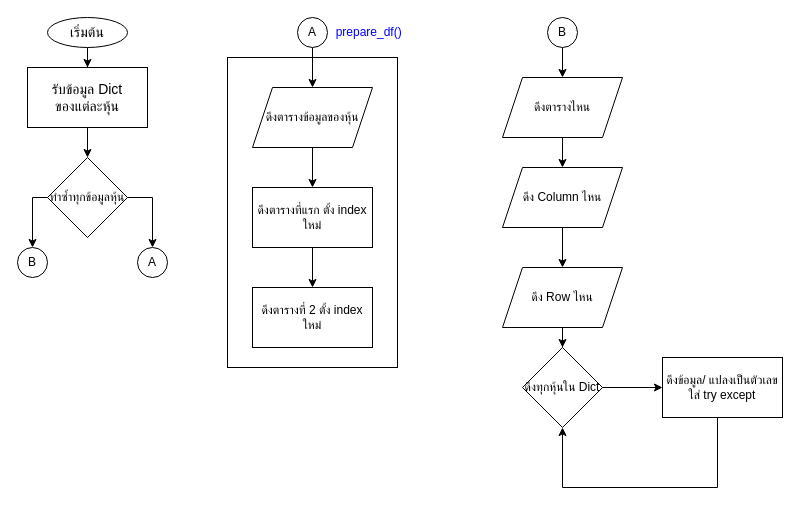
PrasertLoprasert/ThaiStock keeps this draw.io diagram as Untitled Diagram.drawio. Above is the earlier version. Source tidied: cells renumbered, new cells numbered last; positions are measured from the earlier drawing's top-left corner, leaving out a move shared by most shapes. Both pictures are drawn from the tidied source at 100%, with x=0, y=0 at pixel (17, 17).
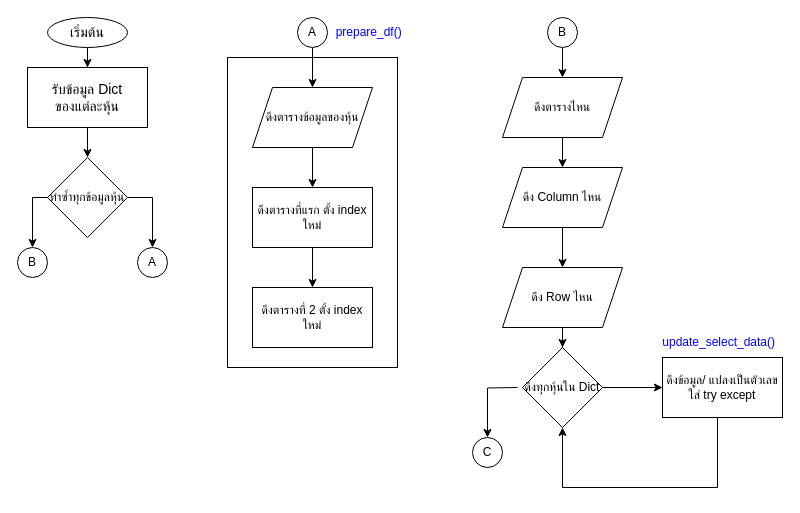
After the change.

Change to the diagram source:
```diff
@@
+    <mxCell id="32" value="C" style="ellipse;whiteSpace=wrap;html=1;" parent="1" vertex="1">
+      <mxGeometry x="455" y="420" width="30" height="30" as="geometry" />
+    </mxCell>
+    <mxCell id="33" style="edgeStyle=orthogonalEdgeStyle;rounded=0;jettySize=auto;html=1;entryX=0.5;entryY=0;entryDx=0;entryDy=0;" parent="1" edge="1" target="32">
+      <mxGeometry relative="1" as="geometry">
+        <mxPoint x="500" y="370" as="sourcePoint" />
+      </mxGeometry>
+    </mxCell>
+    <mxCell id="34" value="&amp;nbsp;update_select_data()" style="text;html=1;strokeColor=none;fillColor=none;align=center;verticalAlign=middle;whiteSpace=wrap;rounded=0;fontColor=#0000FF;" parent="1" vertex="1">
+      <mxGeometry x="670" y="310" width="60" height="30" as="geometry" />
+    </mxCell>
```
